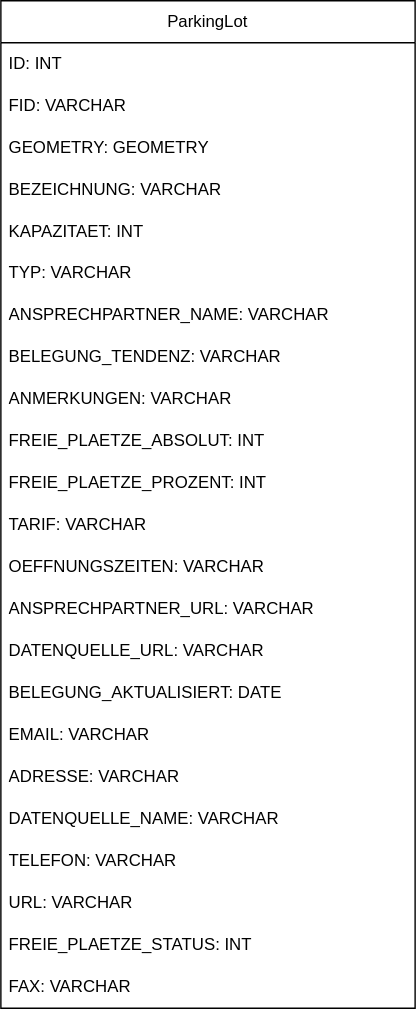
Wuts0n/trafficon-application-exercise keeps this draw.io diagram as diagrams/database-relationship.drawio.svg. Above is the earlier version. Source tidied: cells renumbered, new cells last; positions are measured from the earlier drawing's top-left corner, leaving out a move shared by most shapes.
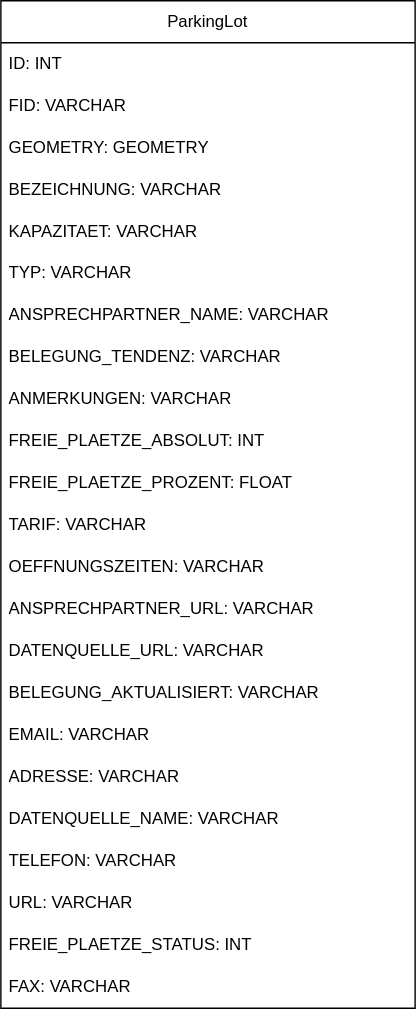
After the commit.

Commit message:
fix database relationship diagram

Change to the diagram source:
```diff
@@ -17,7 +17,7 @@
     <mxCell id="6" value="BEZEICHNUNG: VARCHAR" style="text;strokeColor=none;fillColor=none;align=left;verticalAlign=middle;spacingLeft=4;spacingRight=4;overflow=hidden;whiteSpace=wrap;html=1;" parent="2" vertex="1">
       <mxGeometry y="120" width="296" height="30" as="geometry" />
     </mxCell>
-    <mxCell id="7" value="KAPAZITAET: INT" style="text;strokeColor=none;fillColor=none;align=left;verticalAlign=middle;spacingLeft=4;spacingRight=4;overflow=hidden;whiteSpace=wrap;html=1;" parent="2" vertex="1">
+    <mxCell id="7" value="KAPAZITAET: VARCHAR" style="text;strokeColor=none;fillColor=none;align=left;verticalAlign=middle;spacingLeft=4;spacingRight=4;overflow=hidden;whiteSpace=wrap;html=1;" parent="2" vertex="1">
       <mxGeometry y="150" width="296" height="30" as="geometry" />
     </mxCell>
     <mxCell id="8" value="TYP: VARCHAR" style="text;strokeColor=none;fillColor=none;align=left;verticalAlign=middle;spacingLeft=4;spacingRight=4;overflow=hidden;whiteSpace=wrap;html=1;" parent="2" vertex="1">
@@ -35,7 +35,7 @@
     <mxCell id="12" value="FREIE_PLAETZE_ABSOLUT: INT" style="text;strokeColor=none;fillColor=none;align=left;verticalAlign=middle;spacingLeft=4;spacingRight=4;overflow=hidden;whiteSpace=wrap;html=1;" parent="2" vertex="1">
       <mxGeometry y="300" width="296" height="30" as="geometry" />
     </mxCell>
-    <mxCell id="13" value="FREIE_PLAETZE_PROZENT: INT" style="text;strokeColor=none;fillColor=none;align=left;verticalAlign=middle;spacingLeft=4;spacingRight=4;overflow=hidden;whiteSpace=wrap;html=1;" parent="2" vertex="1">
+    <mxCell id="13" value="FREIE_PLAETZE_PROZENT: FLOAT" style="text;strokeColor=none;fillColor=none;align=left;verticalAlign=middle;spacingLeft=4;spacingRight=4;overflow=hidden;whiteSpace=wrap;html=1;" parent="2" vertex="1">
       <mxGeometry y="330" width="296" height="30" as="geometry" />
     </mxCell>
     <mxCell id="14" value="TARIF: VARCHAR" style="text;strokeColor=none;fillColor=none;align=left;verticalAlign=middle;spacingLeft=4;spacingRight=4;overflow=hidden;whiteSpace=wrap;html=1;" parent="2" vertex="1">
@@ -50,7 +50,7 @@
     <mxCell id="17" value="DATENQUELLE_URL: VARCHAR" style="text;strokeColor=none;fillColor=none;align=left;verticalAlign=middle;spacingLeft=4;spacingRight=4;overflow=hidden;whiteSpace=wrap;html=1;" parent="2" vertex="1">
       <mxGeometry y="450" width="296" height="30" as="geometry" />
     </mxCell>
-    <mxCell id="18" value="BELEGUNG_AKTUALISIERT: DATE" style="text;strokeColor=none;fillColor=none;align=left;verticalAlign=middle;spacingLeft=4;spacingRight=4;overflow=hidden;whiteSpace=wrap;html=1;" parent="2" vertex="1">
+    <mxCell id="18" value="BELEGUNG_AKTUALISIERT: VARCHAR" style="text;strokeColor=none;fillColor=none;align=left;verticalAlign=middle;spacingLeft=4;spacingRight=4;overflow=hidden;whiteSpace=wrap;html=1;" parent="2" vertex="1">
       <mxGeometry y="480" width="296" height="30" as="geometry" />
     </mxCell>
     <mxCell id="19" value="EMAIL: VARCHAR" style="text;strokeColor=none;fillColor=none;align=left;verticalAlign=middle;spacingLeft=4;spacingRight=4;overflow=hidden;whiteSpace=wrap;html=1;" parent="2" vertex="1">
```
